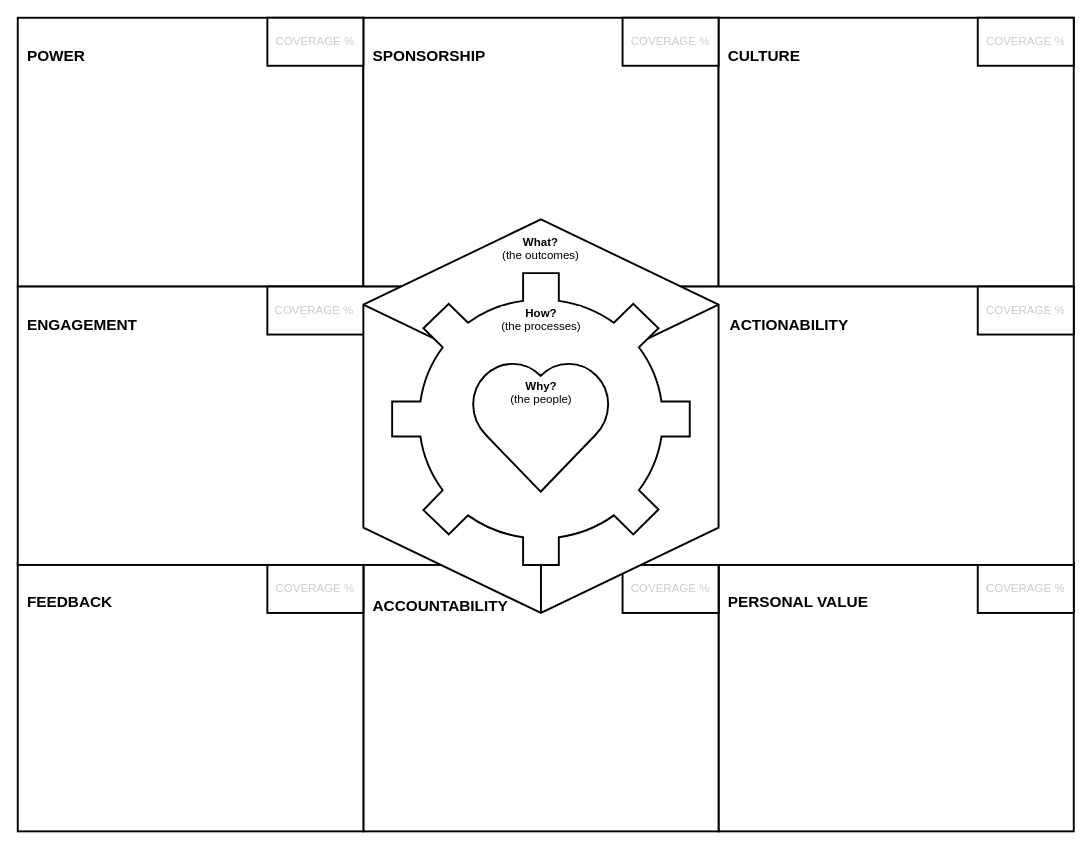
Before: collective-action-canvas.drawio in rquast/collective-action-canvas, a draw.io diagram. Source tidied: cells renumbered, new cells numbered last; positions are measured from the earlier drawing's top-left corner, leaving out a move shared by most shapes. Both pictures are drawn from the tidied source at 96%, with x=0, y=0 at pixel (17, 17).
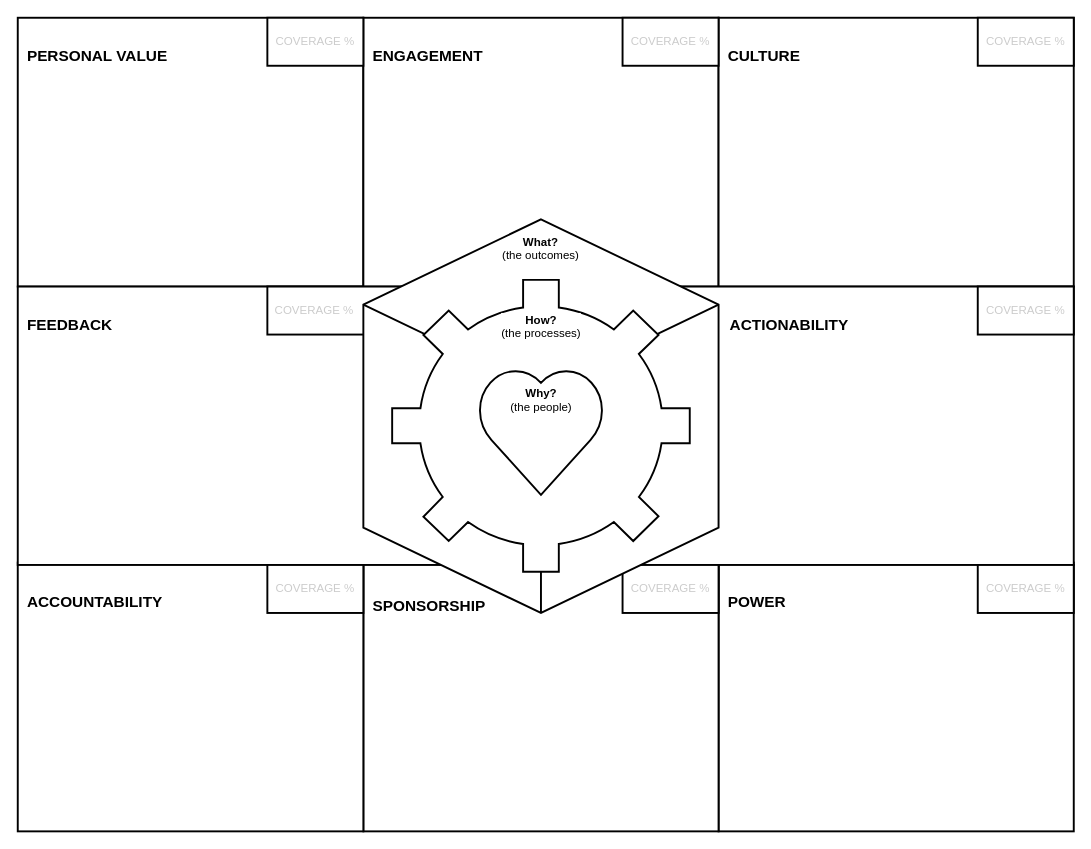
The same page after the edit.

Commit message:
reogranised topics

The edit, as a diff of the source:
```diff
@@
-    <mxCell id="2" value="&lt;p style=&quot;line-height: 220%&quot;&gt;POWER&lt;/p&gt;" style="rounded=0;whiteSpace=wrap;html=1;verticalAlign=top;align=left;fontSize=16;fontStyle=1;spacingLeft=8;spacingTop=0;strokeWidth=2;" parent="1" vertex="1">
+    <mxCell id="2" value="&lt;p style=&quot;line-height: 220%&quot;&gt;PERSONAL VALUE&lt;/p&gt;" style="rounded=0;whiteSpace=wrap;html=1;verticalAlign=top;align=left;fontSize=16;fontStyle=1;spacingLeft=8;spacingTop=0;strokeWidth=2;" parent="1" vertex="1">
       <mxGeometry width="360" height="280" as="geometry" />
     </mxCell>
-    <mxCell id="3" value="&lt;p style=&quot;line-height: 220%&quot;&gt;PERSONAL VALUE&lt;/p&gt;" style="rounded=0;whiteSpace=wrap;html=1;verticalAlign=top;align=left;fontSize=16;fontStyle=1;spacingLeft=8;spacingTop=0;strokeWidth=2;" parent="1" vertex="1">
+    <mxCell id="3" value="&lt;p style=&quot;line-height: 220%&quot;&gt;POWER&lt;/p&gt;" style="rounded=0;whiteSpace=wrap;html=1;verticalAlign=top;align=left;fontSize=16;fontStyle=1;spacingLeft=8;spacingTop=0;strokeWidth=2;" parent="1" vertex="1">
       <mxGeometry x="730" y="567.5" width="370" height="280" as="geometry" />
     </mxCell>
-    <mxCell id="4" value="&lt;p style=&quot;line-height: 220%&quot;&gt;ACCOUNTABILITY&lt;/p&gt;" style="rounded=0;whiteSpace=wrap;html=1;verticalAlign=top;align=left;fontSize=16;fontStyle=1;spacingLeft=8;spacingTop=4;strokeWidth=2;" parent="1" vertex="1">
+    <mxCell id="4" value="&lt;p style=&quot;line-height: 220%&quot;&gt;SPONSORSHIP&lt;/p&gt;" style="rounded=0;whiteSpace=wrap;html=1;verticalAlign=top;align=left;fontSize=16;fontStyle=1;spacingLeft=8;spacingTop=4;strokeWidth=2;" parent="1" vertex="1">
       <mxGeometry x="360" y="567.5" width="370" height="280" as="geometry" />
     </mxCell>
-    <mxCell id="5" value="&lt;p style=&quot;line-height: 220%&quot;&gt;FEEDBACK&lt;/p&gt;" style="rounded=0;whiteSpace=wrap;html=1;verticalAlign=top;align=left;fontSize=16;fontStyle=1;spacingLeft=8;spacingTop=0;strokeWidth=2;" parent="1" vertex="1">
+    <mxCell id="5" value="&lt;p style=&quot;line-height: 220%&quot;&gt;ACCOUNTABILITY&lt;/p&gt;" style="rounded=0;whiteSpace=wrap;html=1;verticalAlign=top;align=left;fontSize=16;fontStyle=1;spacingLeft=8;spacingTop=0;strokeWidth=2;" parent="1" vertex="1">
       <mxGeometry y="567.5" width="360" height="280" as="geometry" />
     </mxCell>
-    <mxCell id="6" value="&lt;p style=&quot;line-height: 220%&quot;&gt;ENGAGEMENT&lt;/p&gt;" style="rounded=0;whiteSpace=wrap;html=1;verticalAlign=top;align=left;fontSize=16;fontStyle=1;spacingLeft=8;spacingTop=0;strokeWidth=2;" parent="1" vertex="1">
+    <mxCell id="6" value="&lt;p style=&quot;line-height: 220%&quot;&gt;FEEDBACK&lt;/p&gt;" style="rounded=0;whiteSpace=wrap;html=1;verticalAlign=top;align=left;fontSize=16;fontStyle=1;spacingLeft=8;spacingTop=0;strokeWidth=2;" parent="1" vertex="1">
       <mxGeometry y="280" width="450" height="290" as="geometry" />
     </mxCell>
-    <mxCell id="7" value="&lt;p style=&quot;line-height: 220%&quot;&gt;SPONSORSHIP&lt;/p&gt;" style="rounded=0;whiteSpace=wrap;html=1;verticalAlign=top;align=left;fontSize=16;fontStyle=1;spacingLeft=8;spacingTop=0;strokeWidth=2;" parent="1" vertex="1">
+    <mxCell id="7" value="&lt;p style=&quot;line-height: 220%&quot;&gt;ENGAGEMENT&lt;/p&gt;" style="rounded=0;whiteSpace=wrap;html=1;verticalAlign=top;align=left;fontSize=16;fontStyle=1;spacingLeft=8;spacingTop=0;strokeWidth=2;" parent="1" vertex="1">
       <mxGeometry x="360" width="370" height="280" as="geometry" />
     </mxCell>
@@
     <mxCell id="19" value="&lt;font color=&quot;#000000&quot;&gt;&lt;b&gt;How?&lt;/b&gt;&lt;br&gt;(the processes)&lt;/font&gt;" style="html=1;verticalLabelPosition=middle;align=center;labelBackgroundColor=#ffffff;verticalAlign=top;strokeWidth=2;strokeColor=#000000;shadow=0;dashed=0;shape=mxgraph.ios7.icons.settings;fontColor=#CCCCCC;labelPosition=center;spacingTop=28;" parent="1" vertex="1">
-      <mxGeometry x="390" y="266" width="310" height="304" as="geometry" />
+      <mxGeometry x="390" y="273" width="310" height="304" as="geometry" />
     </mxCell>
     <mxCell id="20" value="&lt;b&gt;Why?&lt;/b&gt;&lt;br&gt;(the people)" style="verticalLabelPosition=middle;verticalAlign=top;html=1;shape=mxgraph.basic.heart;fontSize=12;align=center;labelPosition=center;spacingTop=14;fillColor=#ffffff;strokeWidth=2;" parent="1" vertex="1">
-      <mxGeometry x="470" y="356.3" width="149.4" height="137.4" as="geometry" />
+      <mxGeometry x="477.5" y="364.1" width="135" height="132.9" as="geometry" />
     </mxCell>
```
